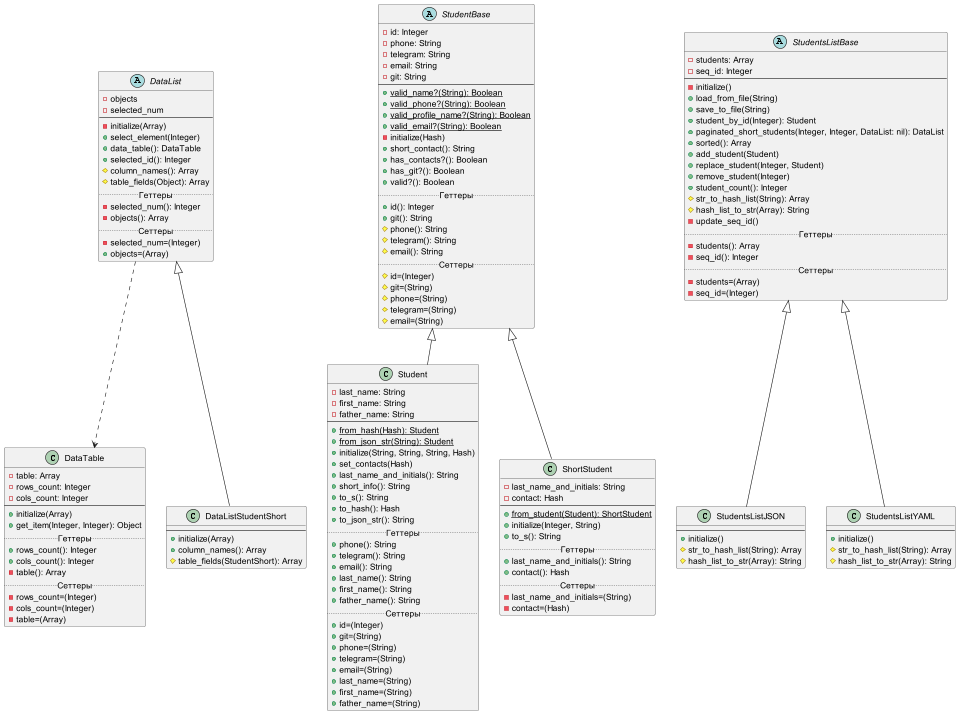
Before: Diagrams/lab2.png, a diagram exported from PlantUML (r1411/PatternsLabs).
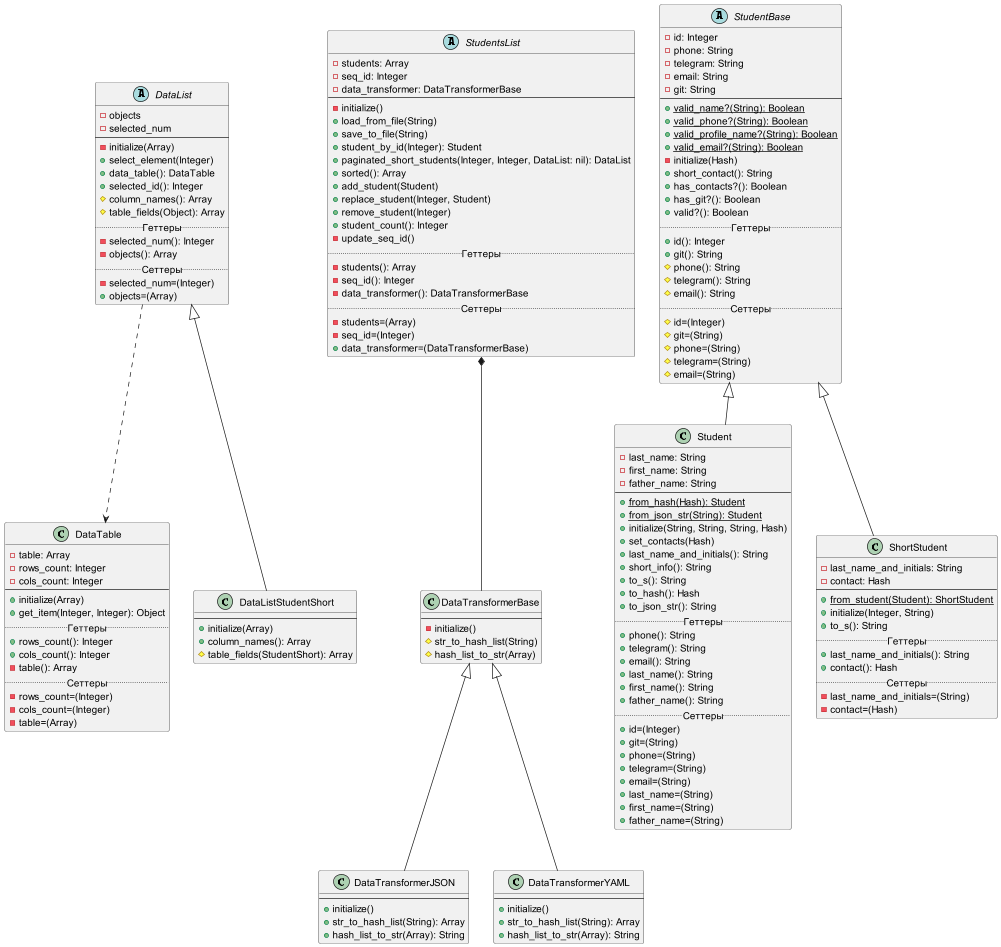
The same file after the commit.

Change to the diagram source:
```diff
@@ -1,6 +1,7 @@
 @startuml
 
 DataList ..> DataTable
+StudentsList *-- DataTransformerBase
 
 abstract class StudentBase {
     -id: Integer
@@ -121,9 +122,10 @@
     #table_fields(StudentShort): Array
 }
 
-abstract class StudentsListBase {
+abstract class StudentsList {
     -students: Array
     -seq_id: Integer
+    -data_transformer: DataTransformerBase
     --
     -initialize()
     +load_from_file(String)
@@ -135,29 +137,36 @@
     +replace_student(Integer, Student)
     +remove_student(Integer)
     +student_count(): Integer
-    #str_to_hash_list(String): Array
-    #hash_list_to_str(Array): String
     -update_seq_id()
     .. Геттеры ..
     -students(): Array
     -seq_id(): Integer
+    -data_transformer(): DataTransformerBase
     .. Сеттеры ..
     -students=(Array)
     -seq_id=(Integer)
+    +data_transformer=(DataTransformerBase)
 }
 
-class StudentsListJSON extends StudentsListBase {
+class DataTransformerBase {
+    --
+    -initialize()
+    #str_to_hash_list(String)
+    #hash_list_to_str(Array)
+}
+
+class DataTransformerJSON extends DataTransformerBase {
     --
     +initialize()
-    #str_to_hash_list(String): Array
-    #hash_list_to_str(Array): String
+    +str_to_hash_list(String): Array
+    +hash_list_to_str(Array): String
 }
 
-class StudentsListYAML extends StudentsListBase {
+class DataTransformerYAML extends DataTransformerBase {
     --
     +initialize()
-    #str_to_hash_list(String): Array
-    #hash_list_to_str(Array): String
+    +str_to_hash_list(String): Array
+    +hash_list_to_str(Array): String
 }
 
 @enduml
```
